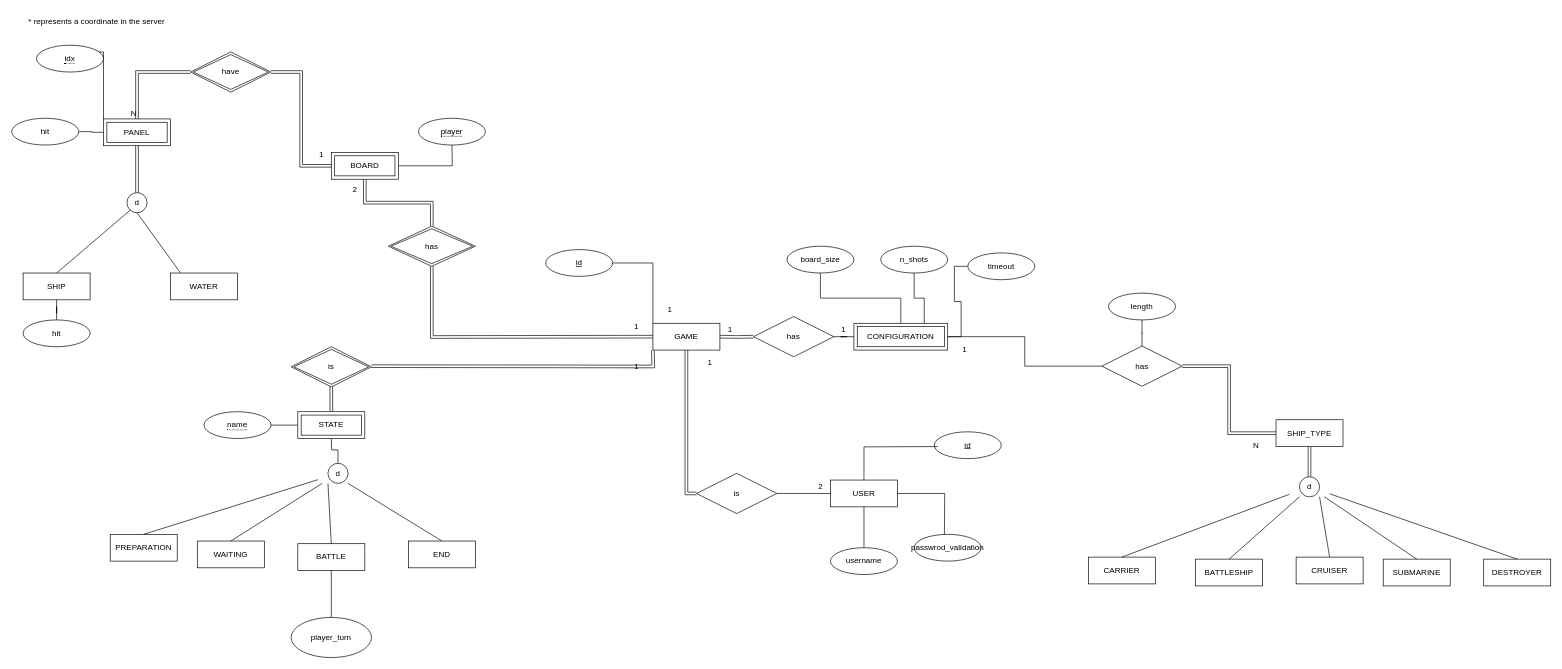
MiguelRocha2001/ISEL-DAW-Battleships-Game keeps this draw.io diagram as code/daw-battleship-game/src/main/sql/ER_diagram.drawio. Above is the earlier version. Source tidied: cells renumbered, new cells numbered last; positions are measured from the earlier drawing's top-left corner, leaving out a move shared by most shapes. Both pictures are drawn from the tidied source at 67%, with x=0, y=0 at pixel (11, 11).
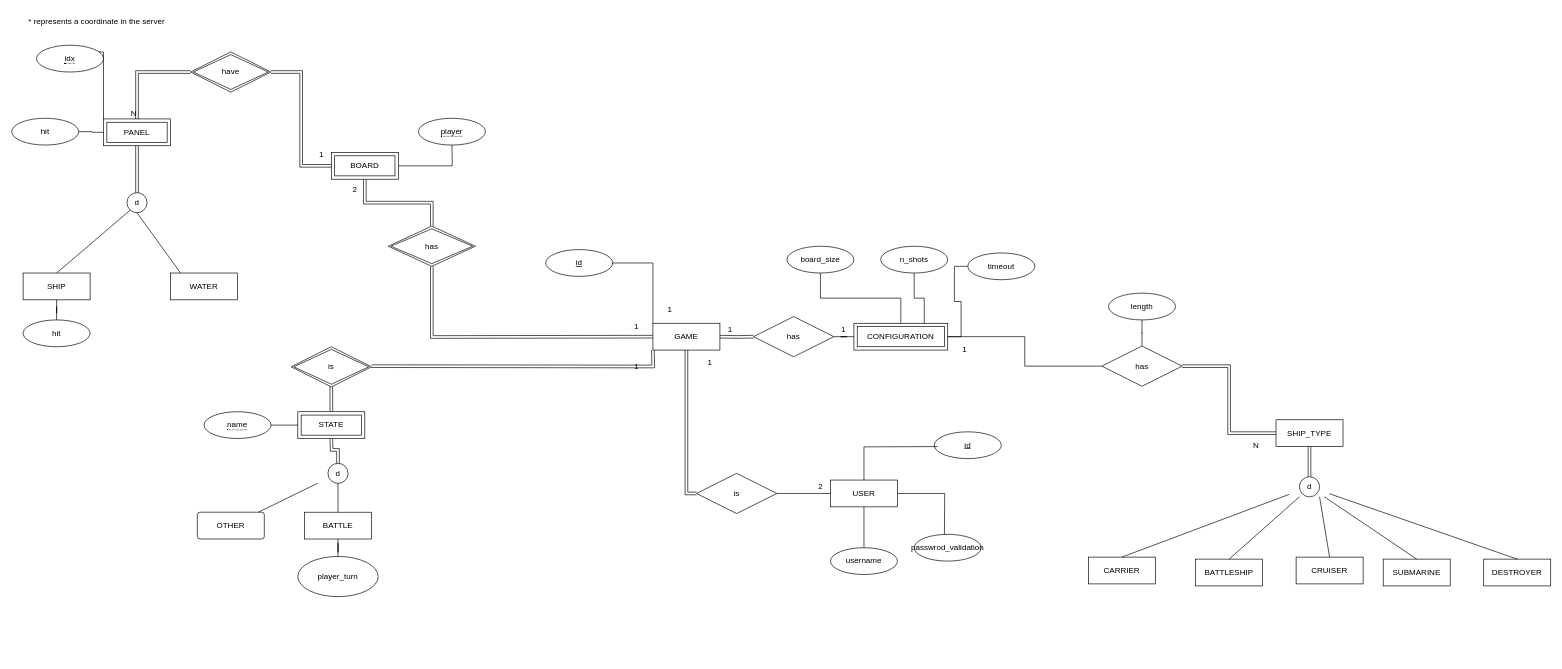
After the change.

The change refers to these unchanged cells:
```xml
<mxCell id="74" value="d" style="text;html=1;strokeColor=none;fillColor=none;align=center;verticalAlign=middle;whiteSpace=wrap;rounded=0;" parent="1" vertex="1">
  <mxGeometry x="457" y="674" width="60" height="30" as="geometry" />
</mxCell>
```

Change to the diagram source:
```diff
@@
-    <mxCell id="71" value="WAITING" style="whiteSpace=wrap;html=1;align=center;" parent="1" vertex="1">
-      <mxGeometry x="277" y="790" width="100" height="40" as="geometry" />
-    </mxCell>
@@
-    <mxCell id="73" style="edgeStyle=orthogonalEdgeStyle;rounded=0;jettySize=auto;html=1;entryX=0.5;entryY=1;entryDx=0;entryDy=0;endArrow=none;endFill=0;" parent="1" edge="1" source="74">
+    <mxCell id="73" style="edgeStyle=orthogonalEdgeStyle;rounded=0;jettySize=auto;html=1;entryX=0.5;entryY=1;entryDx=0;entryDy=0;endArrow=none;endFill=0;shape=link;" parent="1" edge="1" source="74">
       <mxGeometry relative="1" as="geometry">
         <mxPoint x="477" y="637" as="targetPoint" />
       </mxGeometry>
     </mxCell>
@@
-    <mxCell id="75" style="endArrow=none;html=1;rounded=0;exitX=0.5;exitY=0;exitDx=0;exitDy=0;" parent="1" edge="1" source="71" target="74">
-      <mxGeometry relative="1" as="geometry" />
-    </mxCell>
@@
     <mxCell id="77" value="BATTLE" style="whiteSpace=wrap;html=1;align=center;" parent="1" vertex="1">
-      <mxGeometry x="427" y="794" width="100" height="40" as="geometry" />
+      <mxGeometry x="437" y="747" width="100" height="40" as="geometry" />
     </mxCell>
-    <mxCell id="78" value="END" style="whiteSpace=wrap;html=1;align=center;" parent="1" vertex="1">
-      <mxGeometry x="592" y="790" width="100" height="40" as="geometry" />
-    </mxCell>
-    <mxCell id="79" style="endArrow=none;html=1;rounded=0;exitX=0.5;exitY=0;exitDx=0;exitDy=0;entryX=0.25;entryY=1;entryDx=0;entryDy=0;" parent="1" edge="1" source="77" target="74">
+    <mxCell id="79" style="endArrow=none;html=1;rounded=0;exitX=0.5;exitY=0;exitDx=0;exitDy=0;" parent="1" edge="1" source="77" target="74">
       <mxGeometry relative="1" as="geometry" />
     </mxCell>
-    <mxCell id="80" style="endArrow=none;html=1;rounded=0;exitX=0.5;exitY=0;exitDx=0;exitDy=0;entryX=0.75;entryY=1;entryDx=0;entryDy=0;" parent="1" edge="1" source="78" target="74">
-      <mxGeometry relative="1" as="geometry" />
-    </mxCell>
@@
-    <mxCell id="88" value="PREPARATION" style="whiteSpace=wrap;html=1;align=center;" parent="1" vertex="1">
-      <mxGeometry x="147" y="780" width="100" height="40" as="geometry" />
-    </mxCell>
-    <mxCell id="89" style="endArrow=none;html=1;rounded=0;exitX=0.5;exitY=0;exitDx=0;exitDy=0;" parent="1" edge="1" source="88" target="74">
-      <mxGeometry relative="1" as="geometry" />
-    </mxCell>
     <mxCell id="90" value="player_turn" style="ellipse;whiteSpace=wrap;html=1;" parent="1" vertex="1">
-      <mxGeometry x="417" y="904" width="120" height="60" as="geometry" />
+      <mxGeometry x="427" y="813" width="120" height="60" as="geometry" />
     </mxCell>
@@
+    <mxCell id="99" value="OTHER" style="rounded=1;arcSize=10;whiteSpace=wrap;html=1;align=center;" parent="1" vertex="1">
+      <mxGeometry x="277" y="747" width="100" height="40" as="geometry" />
+    </mxCell>
+    <mxCell id="100" style="endArrow=none;html=1;rounded=0;" parent="1" edge="1" source="99" target="74">
+      <mxGeometry relative="1" as="geometry" />
+    </mxCell>
```
